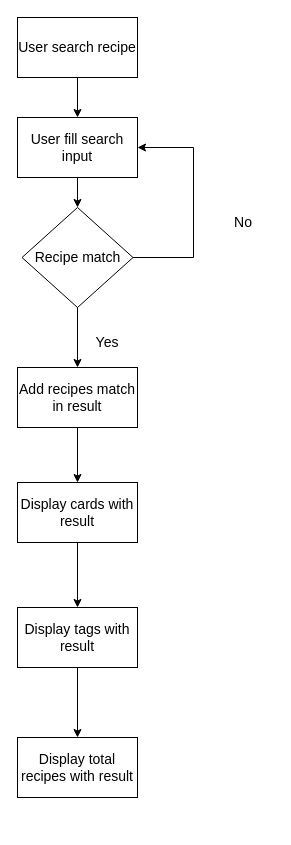
The draw.io diagram Diagramme_les_petits_plats.drawio in NicolasSIO/Les-petis-plats, before the edit. Source tidied: cells renumbered, new cells numbered last; positions are measured from the earlier drawing's top-left corner, leaving out a move shared by most shapes. Both pictures are drawn from the tidied source at 100%, with x=0, y=0 at pixel (17, 17).
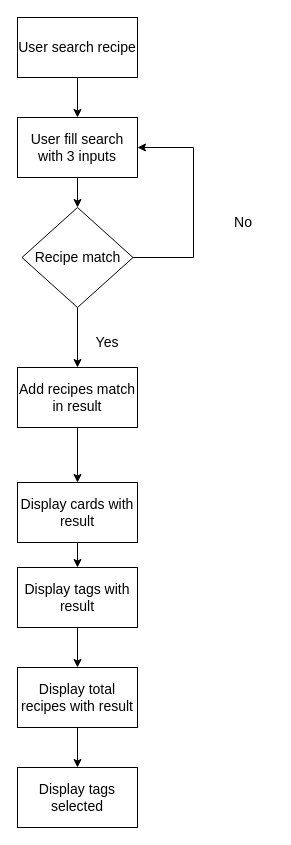
After the change.

Commit message:
Mettre à jour Diagramme_les_petits_plats.drawio

Diff of the diagram source:
```diff
@@
-    <mxCell id="4" value="User fill search input" style="rounded=0;whiteSpace=wrap;html=1;fontSize=14;" parent="1" vertex="1">
+    <mxCell id="4" value="User fill search with 3 inputs" style="rounded=0;whiteSpace=wrap;html=1;fontSize=14;" parent="1" vertex="1">
       <mxGeometry y="100" width="120" height="60" as="geometry" />
     </mxCell>
@@
     <mxCell id="8" value="Display tags with result" style="rounded=0;whiteSpace=wrap;html=1;fontSize=14;" parent="1" vertex="1">
-      <mxGeometry y="590" width="120" height="60" as="geometry" />
+      <mxGeometry y="550" width="120" height="60" as="geometry" />
     </mxCell>
@@
+    <mxCell id="18" style="edgeStyle=orthogonalEdgeStyle;rounded=0;jettySize=auto;html=1;" parent="1" edge="1" source="16" target="19">
+      <mxGeometry relative="1" as="geometry" />
+    </mxCell>
     <mxCell id="16" value="Display total recipes with result" style="rounded=0;whiteSpace=wrap;html=1;fontSize=14;" parent="1" vertex="1">
-      <mxGeometry y="720" width="120" height="60" as="geometry" />
+      <mxGeometry y="650" width="120" height="60" as="geometry" />
     </mxCell>
@@
+    <mxCell id="19" value="Display tags selected" style="rounded=0;whiteSpace=wrap;html=1;fontSize=14;" parent="1" vertex="1">
+      <mxGeometry y="750" width="120" height="60" as="geometry" />
+    </mxCell>
```
